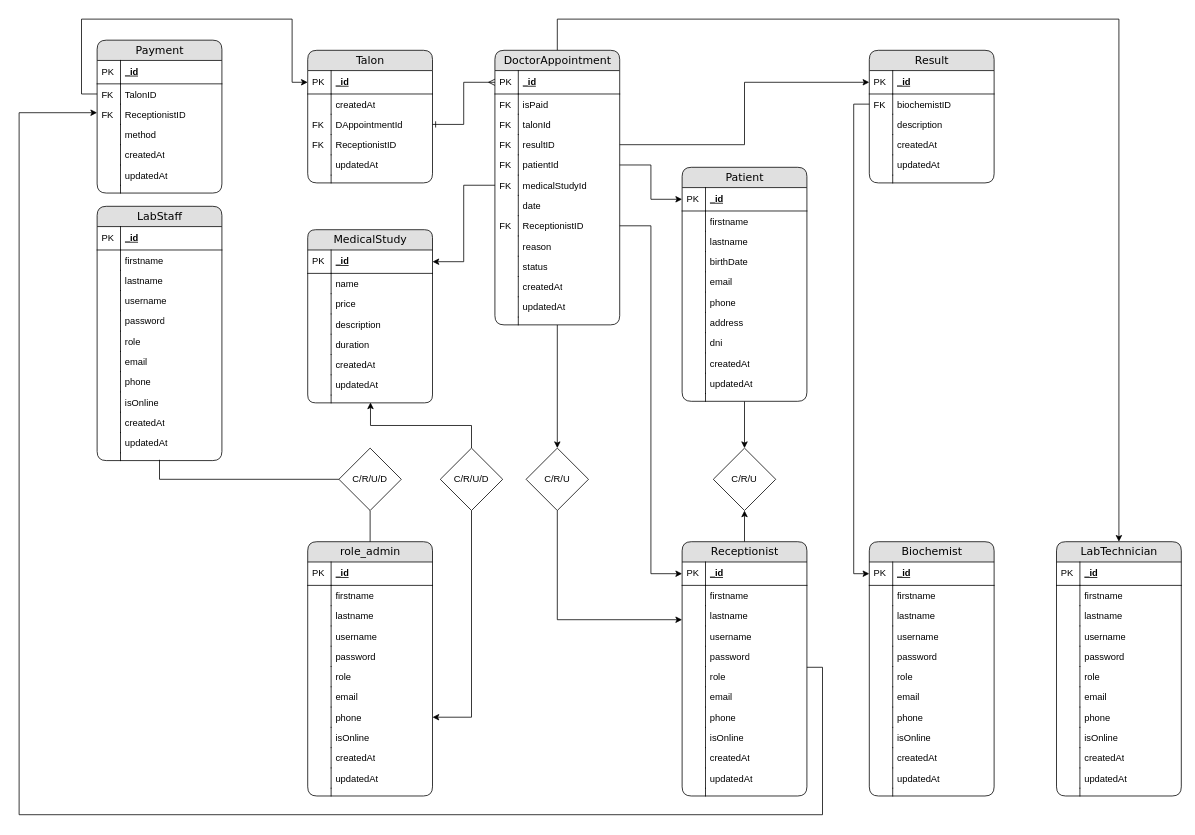
Before: driagrama entidad relacion.drawio in EmanuelRigo/lab-patient-system, a draw.io diagram. Source tidied: cells renumbered, new cells numbered last; positions are measured from the earlier drawing's top-left corner, leaving out a move shared by most shapes. Both pictures are drawn from the tidied source at 78%, with x=0, y=0 at pixel (19, 19).
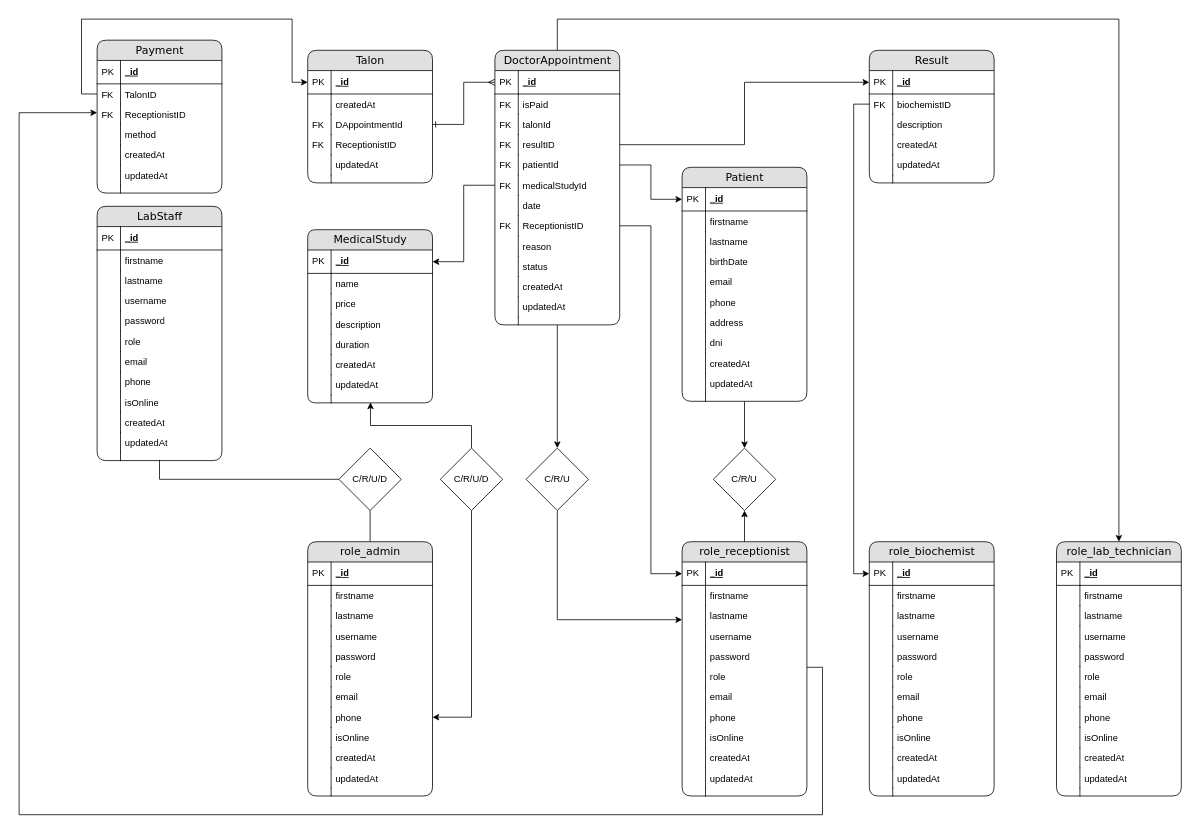
The same diagram, later.

Diff of the diagram source:
```diff
@@
-    <mxCell id="76" value="Receptionist" style="swimlane;html=1;fontStyle=0;horizontal=1;startSize=26;fillColor=#e0e0e0;swimlaneFillColor=#ffffff;align=center;rounded=1;shadow=0;comic=0;labelBackgroundColor=none;strokeWidth=1;fontFamily=Verdana;fontSize=14;gradientColor=none;" parent="1" vertex="1">
+    <mxCell id="76" value="role_receptionist" style="swimlane;html=1;fontStyle=0;horizontal=1;startSize=26;fillColor=#e0e0e0;swimlaneFillColor=#ffffff;align=center;rounded=1;shadow=0;comic=0;labelBackgroundColor=none;strokeWidth=1;fontFamily=Verdana;fontSize=14;gradientColor=none;" parent="1" vertex="1">
       <mxGeometry x="850" y="670" width="160" height="326" as="geometry" />
     </mxCell>
@@
-    <mxCell id="101" value="LabTechnician" style="swimlane;html=1;fontStyle=0;horizontal=1;startSize=26;fillColor=#e0e0e0;swimlaneFillColor=#ffffff;align=center;rounded=1;shadow=0;comic=0;labelBackgroundColor=none;strokeWidth=1;fontFamily=Verdana;fontSize=14;gradientColor=none;" parent="1" vertex="1">
+    <mxCell id="101" value="role_lab_technician" style="swimlane;html=1;fontStyle=0;horizontal=1;startSize=26;fillColor=#e0e0e0;swimlaneFillColor=#ffffff;align=center;rounded=1;shadow=0;comic=0;labelBackgroundColor=none;strokeWidth=1;fontFamily=Verdana;fontSize=14;gradientColor=none;" parent="1" vertex="1">
       <mxGeometry x="1330" y="670" width="160" height="326" as="geometry" />
     </mxCell>
@@
-    <mxCell id="126" value="Biochemist" style="swimlane;html=1;fontStyle=0;horizontal=1;startSize=26;fillColor=#e0e0e0;swimlaneFillColor=#ffffff;align=center;rounded=1;shadow=0;comic=0;labelBackgroundColor=none;strokeWidth=1;fontFamily=Verdana;fontSize=14;gradientColor=none;" parent="1" vertex="1">
+    <mxCell id="126" value="role_biochemist" style="swimlane;html=1;fontStyle=0;horizontal=1;startSize=26;fillColor=#e0e0e0;swimlaneFillColor=#ffffff;align=center;rounded=1;shadow=0;comic=0;labelBackgroundColor=none;strokeWidth=1;fontFamily=Verdana;fontSize=14;gradientColor=none;" parent="1" vertex="1">
       <mxGeometry x="1090" y="670" width="160" height="326" as="geometry" />
     </mxCell>
```
